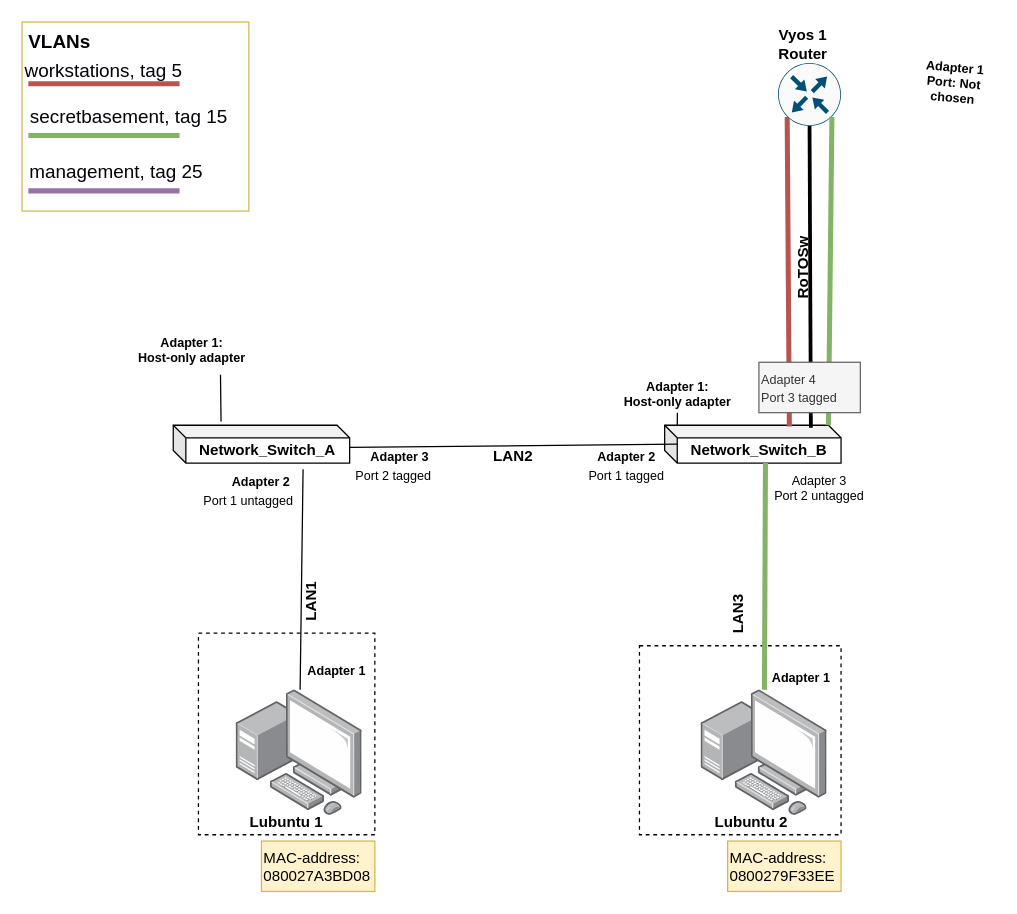
Earlier version of the draw.io diagram page "Physical Topology" (1 of 3) of documentation/E04/E04NetworkChart_04.drawio (Kjersheim/DataNetworksIntro2023). Source tidied: cells renumbered, new cells numbered last; positions are measured from the earlier drawing's top-left corner, leaving out a move shared by most shapes. Both pictures are drawn from the tidied source at 126%, with x=0, y=0 at pixel (21, 21).
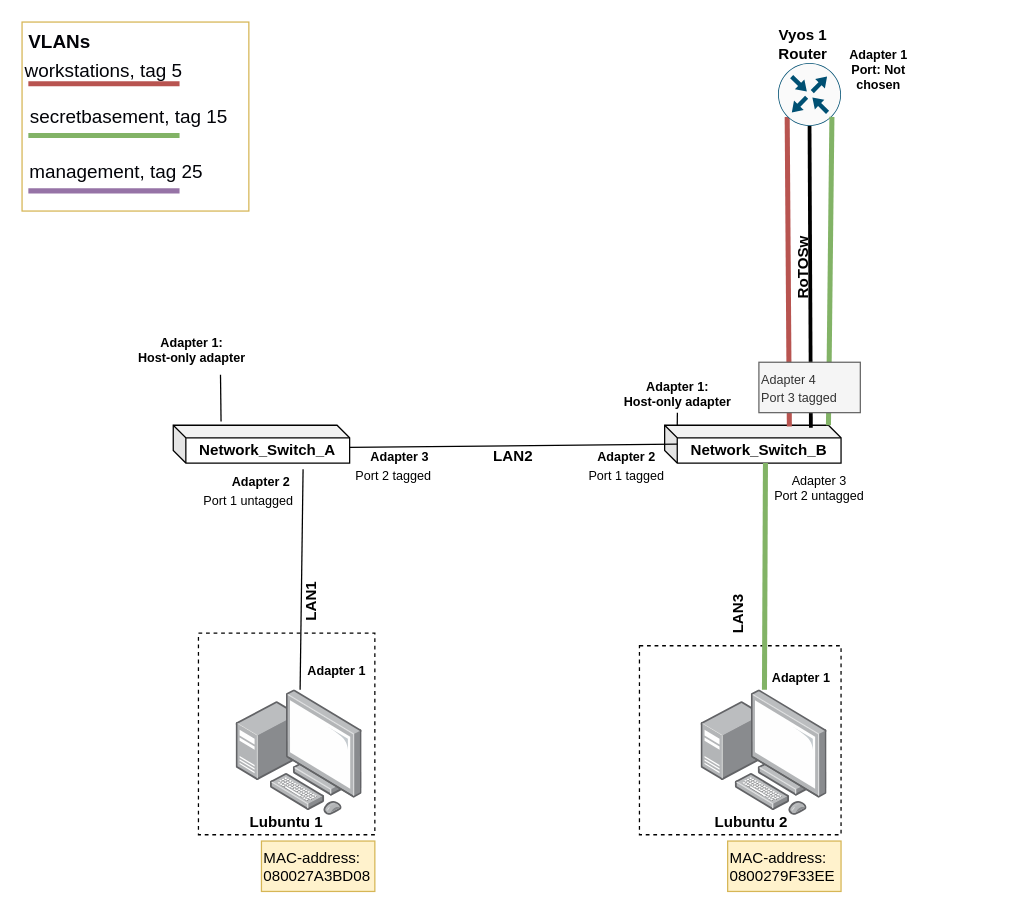
The same page after the edit.

Diff of the diagram source:
```diff
@@
-    <mxCell id="36" value="Adapter 1&lt;br&gt;Port: Not chosen" style="text;strokeColor=none;align=center;fillColor=none;html=1;verticalAlign=middle;whiteSpace=wrap;rounded=0;rotation=5;fontStyle=1;fontSize=10;" parent="1" vertex="1">
-      <mxGeometry x="710" y="27.5" width="60" height="40" as="geometry" />
+    <mxCell id="36" value="Adapter 1&lt;br&gt;Port: Not chosen" style="text;strokeColor=none;align=center;fillColor=none;html=1;verticalAlign=middle;whiteSpace=wrap;rounded=0;rotation=0;fontStyle=1;fontSize=10;" parent="1" vertex="1">
+      <mxGeometry x="650" y="17.5" width="60" height="40" as="geometry" />
     </mxCell>
```
